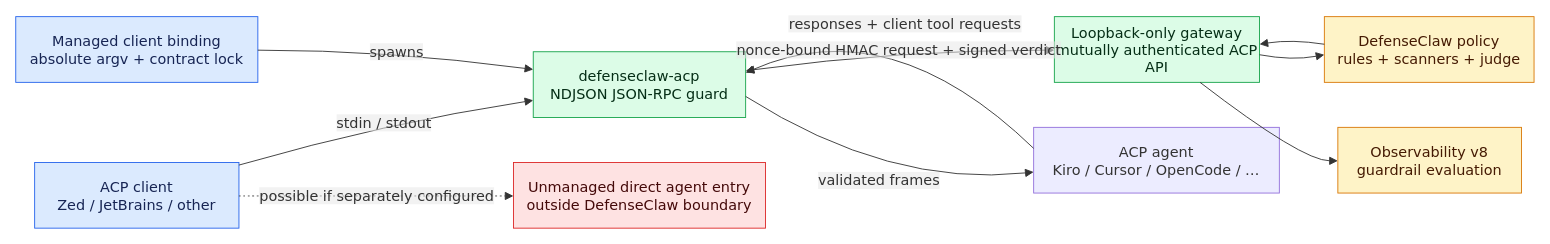
Before: docs-site/public/images/acp-guard.drawio in cisco-ai-defense/defenseclaw, a draw.io diagram. Source tidied: cells renumbered, new cells numbered last; positions are measured from the earlier drawing's top-left corner, leaving out a move shared by most shapes. Both pictures are drawn from the tidied source at 90%, with x=0, y=0 at pixel (15, 9).
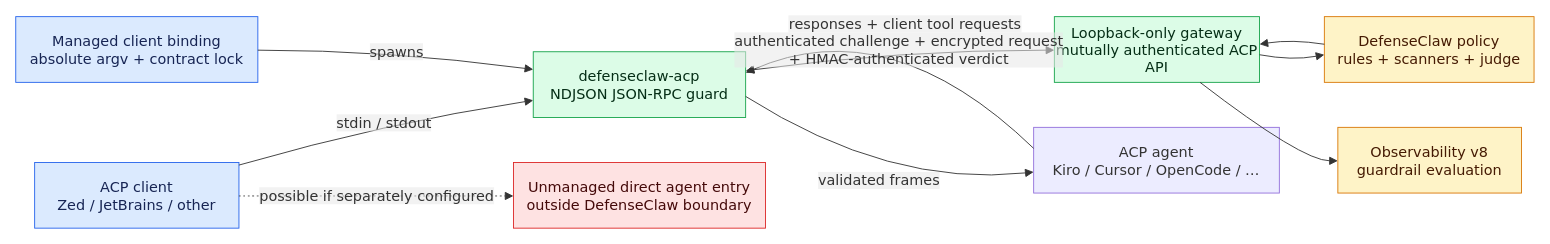
The same page after the edit.

Unchanged cells that the change refers to:
```xml
<mxCell id="4" value="defenseclaw-acp&#10;NDJSON JSON-RPC guard" style="html=1;whiteSpace=wrap;strokeWidth=1;fillColor=#dcfce7;strokeColor=#16a34a;fontColor=#052e16;fontFamily=Trebuchet MS,Verdana,Arial,sans-serif;fontSize=16;" parent="1" vertex="1">
  <mxGeometry x="575" y="47" width="236" height="73" as="geometry" />
</mxCell>
<mxCell id="5" value="Loopback-only gateway&#10;mutually authenticated ACP API" style="html=1;whiteSpace=wrap;strokeWidth=1;fillColor=#dcfce7;strokeColor=#16a34a;fontColor=#052e16;fontFamily=Trebuchet MS,Verdana,Arial,sans-serif;fontSize=16;" parent="1" vertex="1">
  <mxGeometry x="1154" y="8" width="228" height="73" as="geometry" />
</mxCell>
```

Diff of the diagram source:
```diff
@@
-    <mxCell id="14" value="nonce-bound HMAC request + signed verdict" style="curved=1;startArrow=block;startSize=7;endArrow=block;endSize=7;strokeColor=light-dark(#333333,#cccccc);html=1;fontSize=16;labelBackgroundColor=light-dark(#E8E8E88D,#2a2a2a8D);fontFamily=Trebuchet MS,Verdana,Arial,sans-serif;fontColor=light-dark(#333333,#cccccc);exitX=1;exitY=0.29;entryX=0;entryY=0.51;" parent="1" edge="1" source="4" target="5">
+    <mxCell id="14" value="authenticated challenge + encrypted request&lt;br&gt;+ HMAC-authenticated verdict" style="curved=1;startArrow=block;startSize=7;endArrow=block;endSize=7;strokeColor=light-dark(#333333,#cccccc);html=1;fontSize=16;labelBackgroundColor=light-dark(#E8E8E88D,#2a2a2a8D);fontFamily=Trebuchet MS,Verdana,Arial,sans-serif;fontColor=light-dark(#333333,#cccccc);exitX=1;exitY=0.29;entryX=0;entryY=0.51;" parent="1" edge="1" source="4" target="5">
       <mxGeometry relative="1" as="geometry">
         <Array as="points">
           <mxPoint x="982" y="45" />
         </Array>
       </mxGeometry>
     </mxCell>
```
